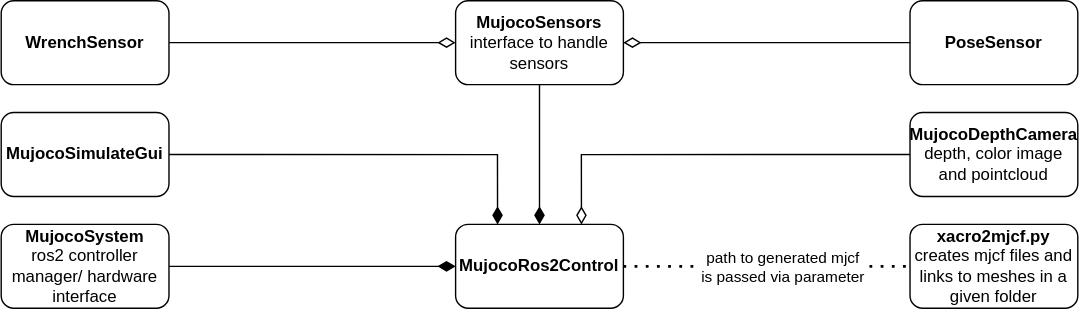
Above: paper/figures/mujoco_ros2_control_overview.svg in dfki-ric/mujoco_ros2_control (draw.io), before the change. Source tidied: cells renumbered, new cells last; positions are measured from the earlier drawing's top-left corner, leaving out a move shared by most shapes.
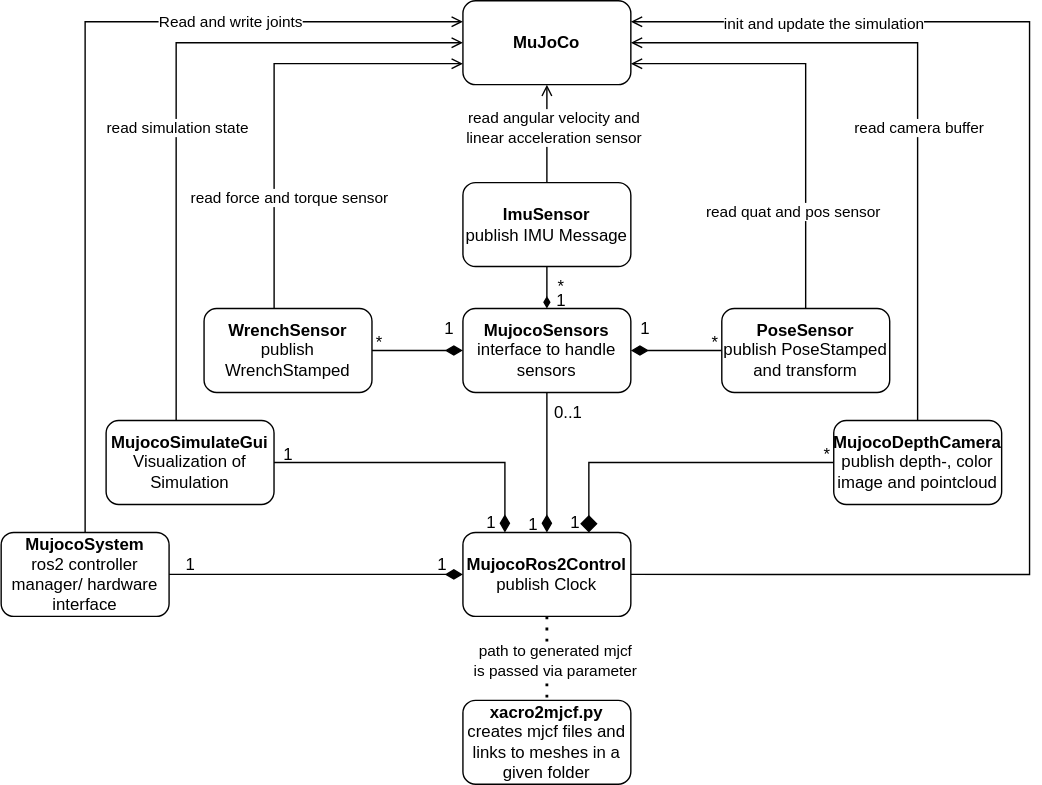
The same file after the commit.

Commit message:
update class diagram and added comparison table for ros2 simulator wrappers

Change to the diagram source:
```diff
@@ -2,16 +2,33 @@
   <root>
     <mxCell id="0" />
     <mxCell id="1" parent="0" />
+    <mxCell id="18" style="edgeStyle=orthogonalEdgeStyle;rounded=0;jettySize=auto;html=1;exitX=0.5;exitY=0;exitDx=0;exitDy=0;entryX=0;entryY=0.25;entryDx=0;entryDy=0;endArrow=open;endFill=0;startArrow=none;startFill=0;" parent="1" edge="1" source="2" target="31">
+      <mxGeometry relative="1" as="geometry" />
+    </mxCell>
+    <mxCell id="19" value="Read and write joints" style="edgeLabel;html=1;align=center;verticalAlign=middle;" parent="18" vertex="1">
+      <mxGeometry x="0.48" y="1" relative="1" as="geometry" />
+    </mxCell>
     <mxCell id="2" value="&lt;b&gt;MujocoSystem&lt;br&gt;&lt;/b&gt;ros2 controller manager/ hardware interface" style="rounded=1;whiteSpace=wrap;html=1;" parent="1" vertex="1">
-      <mxGeometry y="160" width="120" height="60" as="geometry" />
+      <mxGeometry x="-5" y="260" width="120" height="60" as="geometry" />
     </mxCell>
+    <mxCell id="20" style="edgeStyle=orthogonalEdgeStyle;rounded=0;jettySize=auto;html=1;exitX=1;exitY=0.5;exitDx=0;exitDy=0;entryX=1;entryY=0.25;entryDx=0;entryDy=0;endArrow=open;endFill=0;" parent="1" edge="1" source="3" target="31">
+      <mxGeometry relative="1" as="geometry">
+        <Array as="points">
+          <mxPoint x="730" y="290" />
+          <mxPoint x="730" y="-105" />
+        </Array>
+      </mxGeometry>
+    </mxCell>
+    <mxCell id="21" value="init and update the simulation" style="edgeLabel;html=1;align=center;verticalAlign=middle;" parent="20" vertex="1">
+      <mxGeometry x="0.71" y="1" relative="1" as="geometry" />
+    </mxCell>
-    <mxCell id="3" value="&lt;b&gt;MujocoRos2Control&lt;/b&gt;" style="rounded=1;whiteSpace=wrap;html=1;" parent="1" vertex="1">
-      <mxGeometry x="325" y="160" width="120" height="60" as="geometry" />
+    <mxCell id="3" value="&lt;b&gt;MujocoRos2Control&lt;/b&gt;&lt;br&gt;publish Clock" style="rounded=1;whiteSpace=wrap;html=1;" parent="1" vertex="1">
+      <mxGeometry x="325" y="260" width="120" height="60" as="geometry" />
     </mxCell>
     <mxCell id="4" value="&lt;div&gt;&lt;b&gt;xacro2mjcf.py&lt;br&gt;&lt;/b&gt;creates mjcf files and links to meshes in a given folder&lt;/div&gt;" style="rounded=1;whiteSpace=wrap;html=1;" parent="1" vertex="1">
-      <mxGeometry x="650" y="160" width="120" height="60" as="geometry" />
+      <mxGeometry x="325" y="380" width="120" height="60" as="geometry" />
     </mxCell>
-    <mxCell id="5" style="endArrow=none;dashed=1;html=1;dashPattern=1 3;strokeWidth=2;rounded=0;entryX=0;entryY=0.5;entryDx=0;entryDy=0;exitX=1;exitY=0.5;exitDx=0;exitDy=0;" parent="1" edge="1" source="3" target="4">
+    <mxCell id="5" style="endArrow=none;dashed=1;html=1;dashPattern=1 3;strokeWidth=2;rounded=0;entryX=0.5;entryY=0;entryDx=0;entryDy=0;exitX=0.5;exitY=1;exitDx=0;exitDy=0;" parent="1" edge="1" source="3" target="4">
       <mxGeometry relative="1" as="geometry" />
     </mxCell>
     <mxCell id="6" value="path to generated mjcf&lt;br&gt;is passed via parameter" style="edgeLabel;html=1;align=center;verticalAlign=middle;" parent="5" vertex="1">
@@ -22,8 +39,20 @@
     <mxCell id="7" style="edgeStyle=orthogonalEdgeStyle;rounded=0;jettySize=auto;html=1;exitX=1;exitY=0.5;exitDx=0;exitDy=0;entryX=0.25;entryY=0;entryDx=0;entryDy=0;endArrow=diamondThin;endFill=1;startSize=10;endSize=10;" parent="1" edge="1" source="8" target="3">
       <mxGeometry relative="1" as="geometry" />
     </mxCell>
+    <mxCell id="22" style="edgeStyle=orthogonalEdgeStyle;rounded=0;jettySize=auto;html=1;entryX=0;entryY=0.5;entryDx=0;entryDy=0;endArrow=open;endFill=0;" parent="1" edge="1" source="8" target="31">
+      <mxGeometry relative="1" as="geometry">
+        <Array as="points">
+          <mxPoint x="120" y="-90" />
+        </Array>
+      </mxGeometry>
+    </mxCell>
+    <mxCell id="23" value="read simulation state" style="edgeLabel;html=1;align=center;verticalAlign=middle;" parent="22" vertex="1">
+      <mxGeometry x="0.57" y="1" relative="1" as="geometry">
+        <mxPoint x="-104" y="61" as="offset" />
+      </mxGeometry>
+    </mxCell>
-    <mxCell id="8" value="&lt;b&gt;MujocoSimulateGui&lt;/b&gt;" style="rounded=1;whiteSpace=wrap;html=1;" parent="1" vertex="1">
-      <mxGeometry y="80" width="120" height="60" as="geometry" />
+    <mxCell id="8" value="&lt;b&gt;MujocoSimulateGui&lt;/b&gt;&lt;br&gt;Visualization of Simulation" style="rounded=1;whiteSpace=wrap;html=1;" parent="1" vertex="1">
+      <mxGeometry x="70" y="180" width="120" height="60" as="geometry" />
     </mxCell>
     <mxCell id="9" style="endArrow=diamondThin;html=1;rounded=0;entryX=0;entryY=0.5;entryDx=0;entryDy=0;exitX=1;exitY=0.5;exitDx=0;exitDy=0;endFill=1;strokeWidth=1;endSize=10;startSize=10;" parent="1" edge="1" source="2" target="3">
       <mxGeometry relative="1" as="geometry" />
@@ -31,26 +60,121 @@
     <mxCell id="10" style="edgeStyle=orthogonalEdgeStyle;rounded=0;jettySize=auto;html=1;exitX=0.5;exitY=1;exitDx=0;exitDy=0;entryX=0.5;entryY=0;entryDx=0;entryDy=0;endArrow=diamondThin;endFill=1;endSize=10;startSize=10;" parent="1" edge="1" source="11" target="3">
       <mxGeometry relative="1" as="geometry" />
     </mxCell>
+    <mxCell id="24" style="edgeStyle=orthogonalEdgeStyle;rounded=0;jettySize=auto;html=1;entryX=0.5;entryY=1;entryDx=0;entryDy=0;startArrow=diamondThin;startFill=1;endArrow=none;" parent="1" edge="1" source="11" target="45">
+      <mxGeometry relative="1" as="geometry" />
+    </mxCell>
     <mxCell id="11" value="&lt;div&gt;&lt;b&gt;MujocoSensors&lt;/b&gt;&lt;/div&gt;&lt;div&gt;interface to handle sensors&lt;/div&gt;" style="rounded=1;whiteSpace=wrap;html=1;" parent="1" vertex="1">
-      <mxGeometry x="325" width="120" height="60" as="geometry" />
+      <mxGeometry x="325" y="100" width="120" height="60" as="geometry" />
     </mxCell>
-    <mxCell id="12" style="edgeStyle=orthogonalEdgeStyle;rounded=0;jettySize=auto;html=1;exitX=0;exitY=0.5;exitDx=0;exitDy=0;entryX=0.75;entryY=0;entryDx=0;entryDy=0;endArrow=diamondThin;endFill=0;endSize=10;startSize=10;" parent="1" edge="1" source="13" target="3">
+    <mxCell id="12" style="edgeStyle=orthogonalEdgeStyle;rounded=0;jettySize=auto;html=1;exitX=0;exitY=0.5;exitDx=0;exitDy=0;entryX=0.75;entryY=0;entryDx=0;entryDy=0;endArrow=diamond;endFill=1;endSize=10;startSize=10;" parent="1" edge="1" source="13" target="3">
       <mxGeometry relative="1" as="geometry" />
     </mxCell>
+    <mxCell id="25" style="edgeStyle=orthogonalEdgeStyle;rounded=0;jettySize=auto;html=1;entryX=1;entryY=0.5;entryDx=0;entryDy=0;endArrow=open;endFill=0;" parent="1" edge="1" source="13" target="31">
+      <mxGeometry relative="1" as="geometry">
+        <Array as="points">
+          <mxPoint x="650" y="-90" />
+        </Array>
+      </mxGeometry>
+    </mxCell>
+    <mxCell id="26" value="read camera buffer" style="edgeLabel;html=1;align=center;verticalAlign=middle;" parent="25" vertex="1">
+      <mxGeometry x="0.56" y="-3" relative="1" as="geometry">
+        <mxPoint x="100" y="63" as="offset" />
+      </mxGeometry>
+    </mxCell>
-    <mxCell id="13" value="&lt;b&gt;MujocoDepthCamera&lt;br&gt;&lt;/b&gt;depth, color image and pointcloud" style="rounded=1;whiteSpace=wrap;html=1;" parent="1" vertex="1">
-      <mxGeometry x="650" y="80" width="120" height="60" as="geometry" />
+    <mxCell id="13" value="&lt;b&gt;MujocoDepthCamera&lt;br&gt;&lt;/b&gt;publish depth-, color image and pointcloud" style="rounded=1;whiteSpace=wrap;html=1;" parent="1" vertex="1">
+      <mxGeometry x="590" y="180" width="120" height="60" as="geometry" />
     </mxCell>
-    <mxCell id="14" style="edgeStyle=orthogonalEdgeStyle;rounded=0;jettySize=auto;html=1;exitX=1;exitY=0.5;exitDx=0;exitDy=0;entryX=0;entryY=0.5;entryDx=0;entryDy=0;endArrow=diamondThin;endFill=0;endSize=10;startSize=10;" parent="1" edge="1" source="15" target="11">
+    <mxCell id="14" style="edgeStyle=orthogonalEdgeStyle;rounded=0;jettySize=auto;html=1;exitX=1;exitY=0.5;exitDx=0;exitDy=0;entryX=0;entryY=0.5;entryDx=0;entryDy=0;endArrow=diamondThin;endFill=1;endSize=10;startSize=10;" parent="1" edge="1" source="15" target="11">
       <mxGeometry relative="1" as="geometry" />
     </mxCell>
+    <mxCell id="27" style="edgeStyle=orthogonalEdgeStyle;rounded=0;jettySize=auto;html=1;entryX=0;entryY=0.75;entryDx=0;entryDy=0;endArrow=open;endFill=0;" parent="1" edge="1" source="15" target="31">
+      <mxGeometry relative="1" as="geometry">
+        <Array as="points">
+          <mxPoint x="190" y="-75" />
+        </Array>
+      </mxGeometry>
+    </mxCell>
+    <mxCell id="28" value="read force and torque sensor" style="edgeLabel;html=1;align=center;verticalAlign=middle;" parent="27" vertex="1">
+      <mxGeometry x="-0.1" y="-1" relative="1" as="geometry">
+        <mxPoint x="9" y="60" as="offset" />
+      </mxGeometry>
+    </mxCell>
-    <mxCell id="15" value="&lt;b&gt;WrenchSensor&lt;/b&gt;" style="rounded=1;whiteSpace=wrap;html=1;" parent="1" vertex="1">
-      <mxGeometry width="120" height="60" as="geometry" />
+    <mxCell id="15" value="&lt;b&gt;WrenchSensor&lt;/b&gt;&lt;br&gt;publish WrenchStamped" style="rounded=1;whiteSpace=wrap;html=1;" parent="1" vertex="1">
+      <mxGeometry x="140" y="100" width="120" height="60" as="geometry" />
     </mxCell>
-    <mxCell id="16" style="edgeStyle=orthogonalEdgeStyle;rounded=0;jettySize=auto;html=1;exitX=0;exitY=0.5;exitDx=0;exitDy=0;entryX=1;entryY=0.5;entryDx=0;entryDy=0;endArrow=diamondThin;endFill=0;endSize=10;" parent="1" edge="1" source="17" target="11">
+    <mxCell id="16" style="edgeStyle=orthogonalEdgeStyle;rounded=0;jettySize=auto;html=1;exitX=0;exitY=0.5;exitDx=0;exitDy=0;entryX=1;entryY=0.5;entryDx=0;entryDy=0;endArrow=diamondThin;endFill=1;endSize=10;" parent="1" edge="1" source="17" target="11">
       <mxGeometry relative="1" as="geometry" />
     </mxCell>
+    <mxCell id="29" style="edgeStyle=orthogonalEdgeStyle;rounded=0;jettySize=auto;html=1;entryX=1;entryY=0.75;entryDx=0;entryDy=0;endArrow=open;endFill=0;" parent="1" edge="1" source="17" target="31">
+      <mxGeometry relative="1" as="geometry">
+        <Array as="points">
+          <mxPoint x="570" y="-75" />
+        </Array>
+      </mxGeometry>
+    </mxCell>
+    <mxCell id="30" value="read quat and pos sensor" style="edgeLabel;html=1;align=center;verticalAlign=middle;" parent="29" vertex="1">
+      <mxGeometry x="0.53" relative="1" as="geometry">
+        <mxPoint x="45" y="105" as="offset" />
+      </mxGeometry>
+    </mxCell>
-    <mxCell id="17" value="&lt;b&gt;PoseSensor&lt;/b&gt;" style="rounded=1;whiteSpace=wrap;html=1;" parent="1" vertex="1">
-      <mxGeometry x="650" width="120" height="60" as="geometry" />
+    <mxCell id="17" value="&lt;b&gt;PoseSensor&lt;/b&gt;&lt;br&gt;publish PoseStamped and transform" style="rounded=1;whiteSpace=wrap;html=1;" parent="1" vertex="1">
+      <mxGeometry x="510" y="100" width="120" height="60" as="geometry" />
     </mxCell>
+    <mxCell id="31" value="&lt;b&gt;MuJoCo&lt;/b&gt;" style="rounded=1;whiteSpace=wrap;html=1;" parent="1" vertex="1">
+      <mxGeometry x="325" y="-120" width="120" height="60" as="geometry" />
+    </mxCell>
+    <mxCell id="32" value="1" style="text;html=1;align=center;verticalAlign=middle;strokeColor=none;fillColor=none;" parent="1" vertex="1">
+      <mxGeometry x="295" y="268" width="30" height="30" as="geometry" />
+    </mxCell>
+    <mxCell id="33" value="1" style="text;html=1;align=center;verticalAlign=middle;strokeColor=none;fillColor=none;" parent="1" vertex="1">
+      <mxGeometry x="330" y="238" width="30" height="30" as="geometry" />
+    </mxCell>
+    <mxCell id="34" value="1" style="text;html=1;align=center;verticalAlign=middle;strokeColor=none;fillColor=none;" parent="1" vertex="1">
+      <mxGeometry x="360" y="240" width="30" height="30" as="geometry" />
+    </mxCell>
+    <mxCell id="35" value="1" style="text;html=1;align=center;verticalAlign=middle;strokeColor=none;fillColor=none;" parent="1" vertex="1">
+      <mxGeometry x="390" y="238" width="30" height="30" as="geometry" />
+    </mxCell>
+    <mxCell id="36" value="1" style="text;html=1;align=center;verticalAlign=middle;strokeColor=none;fillColor=none;" parent="1" vertex="1">
+      <mxGeometry x="440" y="100" width="30" height="30" as="geometry" />
+    </mxCell>
+    <mxCell id="37" value="1" style="text;html=1;align=center;verticalAlign=middle;strokeColor=none;fillColor=none;" parent="1" vertex="1">
+      <mxGeometry x="300" y="100" width="30" height="30" as="geometry" />
+    </mxCell>
+    <mxCell id="38" value="1" style="text;html=1;align=center;verticalAlign=middle;strokeColor=none;fillColor=none;" parent="1" vertex="1">
+      <mxGeometry x="185" y="190" width="30" height="30" as="geometry" />
+    </mxCell>
+    <mxCell id="39" value="1" style="text;html=1;align=center;verticalAlign=middle;strokeColor=none;fillColor=none;" parent="1" vertex="1">
+      <mxGeometry x="115" y="268" width="30" height="30" as="geometry" />
+    </mxCell>
+    <mxCell id="40" value="*" style="text;html=1;align=center;verticalAlign=middle;strokeColor=none;fillColor=none;" parent="1" vertex="1">
+      <mxGeometry x="570" y="190" width="30" height="30" as="geometry" />
+    </mxCell>
+    <mxCell id="41" value="0..1" style="text;html=1;align=center;verticalAlign=middle;strokeColor=none;fillColor=none;" parent="1" vertex="1">
+      <mxGeometry x="380" y="160" width="40" height="30" as="geometry" />
+    </mxCell>
+    <mxCell id="42" value="*" style="text;html=1;align=center;verticalAlign=middle;strokeColor=none;fillColor=none;" parent="1" vertex="1">
+      <mxGeometry x="490" y="110" width="30" height="30" as="geometry" />
+    </mxCell>
+    <mxCell id="43" value="*" style="text;html=1;align=center;verticalAlign=middle;strokeColor=none;fillColor=none;" parent="1" vertex="1">
+      <mxGeometry x="250" y="110" width="30" height="30" as="geometry" />
+    </mxCell>
+    <mxCell id="44" style="edgeStyle=orthogonalEdgeStyle;rounded=0;jettySize=auto;html=1;entryX=0.5;entryY=1;entryDx=0;entryDy=0;endArrow=open;endFill=0;" parent="1" edge="1" source="45" target="31">
+      <mxGeometry relative="1" as="geometry" />
+    </mxCell>
+    <mxCell id="45" value="&lt;b&gt;ImuSensor&lt;br&gt;&lt;/b&gt;publish IMU Message" style="rounded=1;whiteSpace=wrap;html=1;" parent="1" vertex="1">
+      <mxGeometry x="325" y="10" width="120" height="60" as="geometry" />
+    </mxCell>
+    <mxCell id="46" value="1" style="text;html=1;align=center;verticalAlign=middle;strokeColor=none;fillColor=none;" parent="1" vertex="1">
+      <mxGeometry x="380" y="80" width="30" height="30" as="geometry" />
+    </mxCell>
+    <mxCell id="47" value="*" style="text;html=1;align=center;verticalAlign=middle;strokeColor=none;fillColor=none;" parent="1" vertex="1">
+      <mxGeometry x="380" y="70" width="30" height="30" as="geometry" />
+    </mxCell>
+    <mxCell id="48" value="read angular velocity and&lt;br&gt; linear acceleration sensor" style="edgeLabel;html=1;align=center;verticalAlign=middle;" parent="1" vertex="1">
+      <mxGeometry x="505" y="10" as="geometry">
+        <mxPoint x="-116" y="-40" as="offset" />
+      </mxGeometry>
+    </mxCell>
   </root>
 </mxGraphModel>
```
